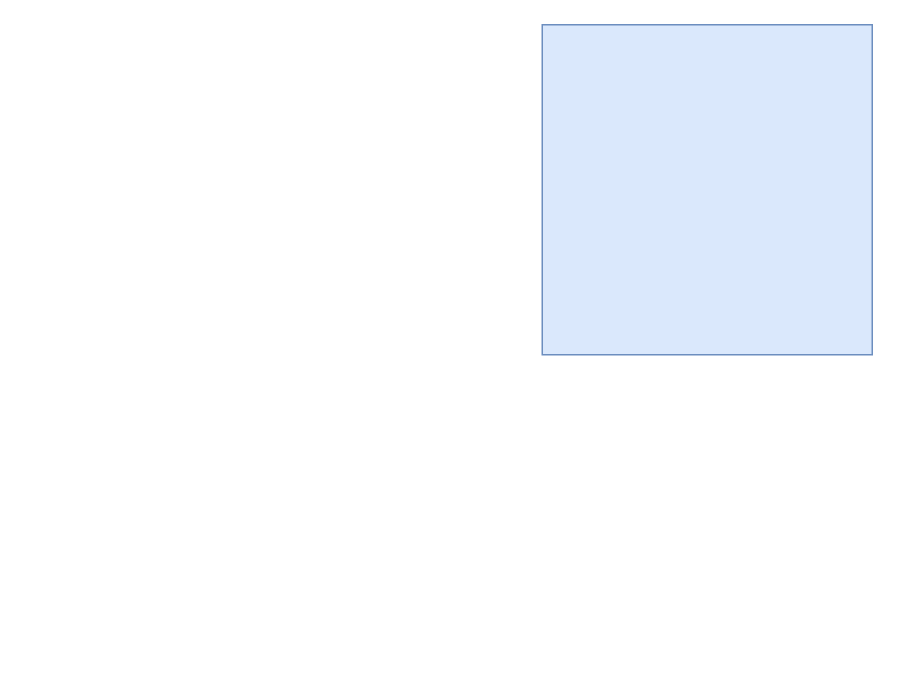
The draw.io diagram Untitled Diagram.drawio in codewithgarry/docker, before the edit. Source tidied: cells renumbered, new cells numbered last; positions are measured from the earlier drawing's top-left corner, leaving out a move shared by most shapes. Both pictures are drawn from the tidied source at 150%, with x=0, y=0 at pixel (542, 24).
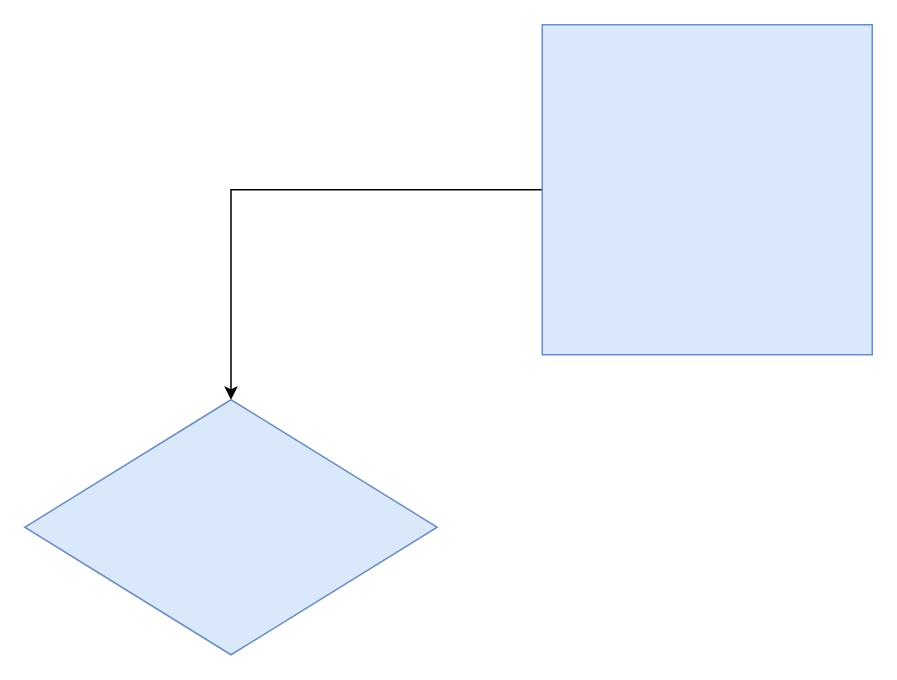
The same page after the edit.

Change to the diagram source:
```diff
@@
 <mxGraphModel>
   <root>
     <mxCell id="0" />
     <mxCell id="1" parent="0" />
+    <mxCell id="3" style="edgeStyle=orthogonalEdgeStyle;rounded=0;jettySize=auto;html=1;" parent="1" edge="1" source="2" target="4">
+      <mxGeometry relative="1" as="geometry" />
+    </mxCell>
     <mxCell id="2" style="whiteSpace=wrap;html=1;fillColor=#dae8fc;strokeColor=#6c8ebf;" parent="1" vertex="1">
       <mxGeometry width="220" height="220" as="geometry" />
     </mxCell>
+    <mxCell id="4" style="rhombus;whiteSpace=wrap;html=1;fillColor=#dae8fc;strokeColor=#6c8ebf;" parent="1" vertex="1">
+      <mxGeometry x="-345" y="250" width="275" height="170" as="geometry" />
+    </mxCell>
   </root>
 </mxGraphModel>
```
